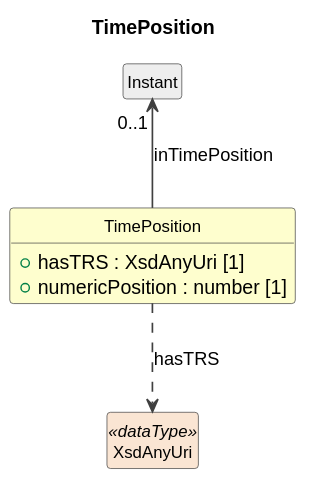
Before: cdif-uml-model/CDIFDataDescription/Classes/TimePosition.svg, a diagram exported from PlantUML (Cross-Domain-Interoperability-Framework/metadataBuildingBlocks). The source it was exported from:
```plantuml
@startuml
title TimePosition
hide circle
hide empty members
skinparam shadowing false
skinparam ArrowThickness 1.2
skinparam class {
  ArrowColor #404040
  BorderColor #404040
  FontSize 12
}

class "TimePosition" as TimePosition #FEFECE {
  +hasTRS : XsdAnyUri [1]
  +numericPosition : number [1]
}
class "Instant" as Instant #EEEEEE
Instant "0..1" <-- TimePosition : inTimePosition
class "XsdAnyUri" as XsdAnyUri <<dataType>> #FAE5D3
TimePosition ..> XsdAnyUri : hasTRS
@enduml
```
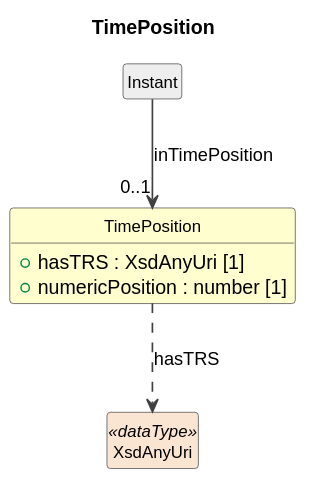
After the change.

What changed in the source:
```diff
@@ -15,7 +15,7 @@
   +numericPosition : number [1]
 }
 class "Instant" as Instant #EEEEEE
-Instant "0..1" <-- TimePosition : inTimePosition
+Instant --> "0..1" TimePosition : inTimePosition
 class "XsdAnyUri" as XsdAnyUri <<dataType>> #FAE5D3
 TimePosition ..> XsdAnyUri : hasTRS
 @enduml
```
